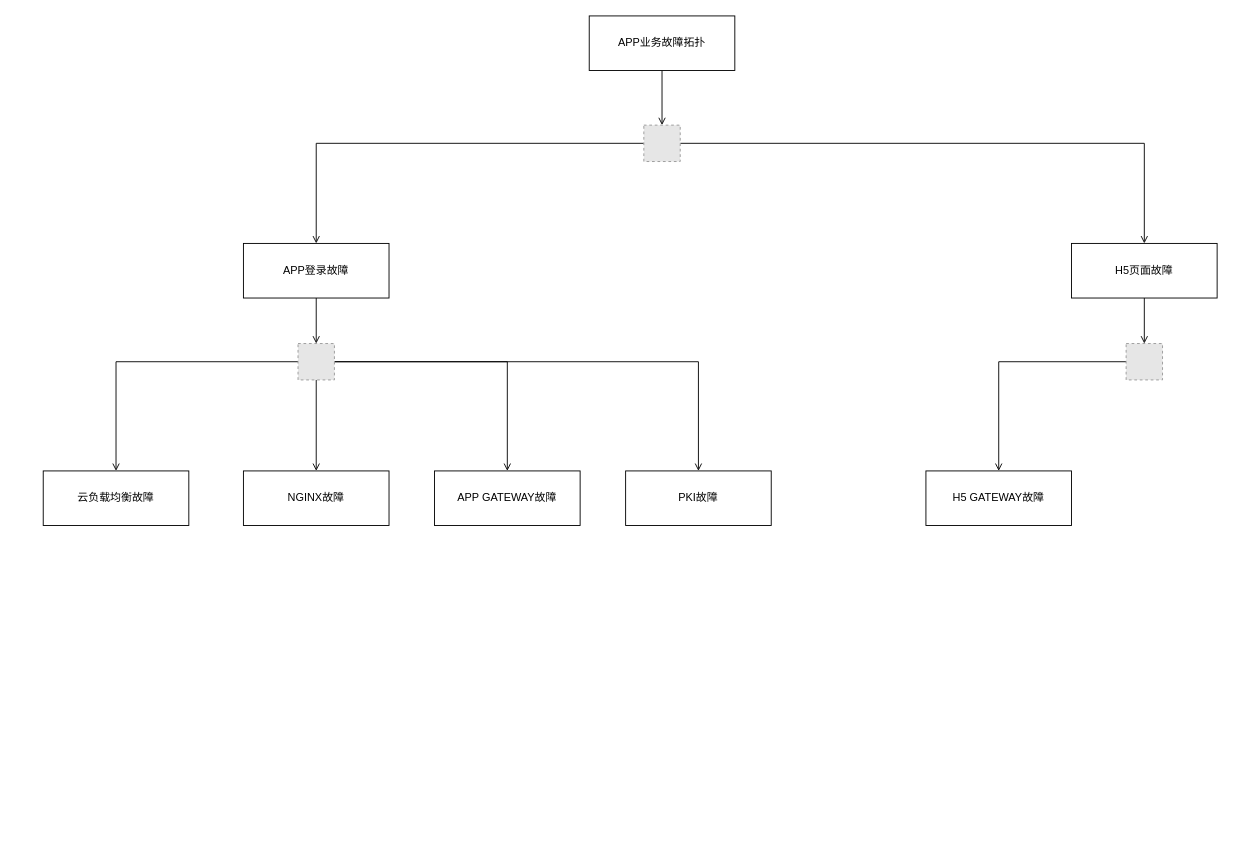
tengxiao/zabbix-report keeps this draw.io diagram as app业务故障影响分析.drawio. Above is the earlier version. Source tidied: cells renumbered, new cells numbered last; positions are measured from the earlier drawing's top-left corner, leaving out a move shared by most shapes. Both pictures are drawn from the tidied source at 91%, with x=0, y=0 at pixel (43, 15). Pictures stored in the file or linked from it are replaced by grey dashed boxes.
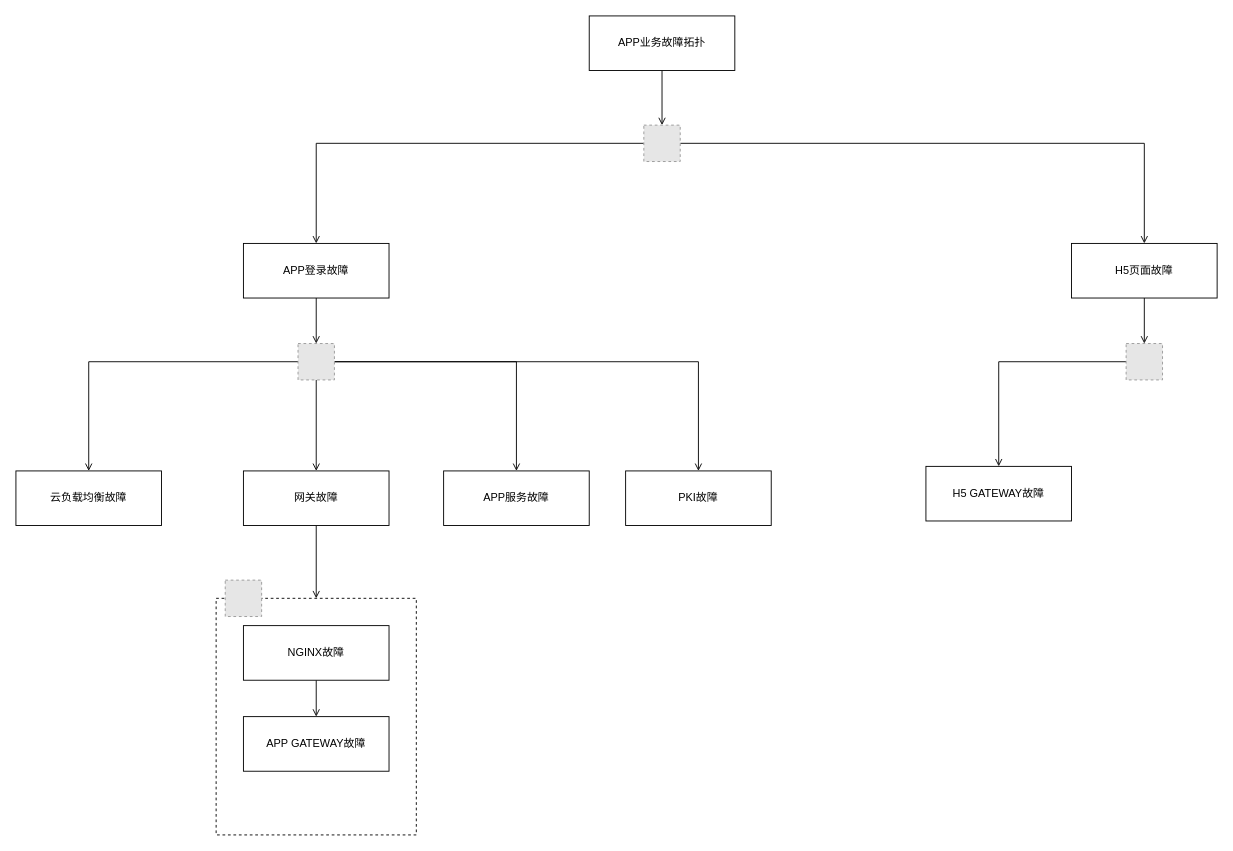
Above is the later version.

Commit message (it also covers changes not shown here):
更新app业务故障影响分析.drawio

The change refers to these unchanged cells:
```xml
<mxCell id="16" style="fillColor=#E6E6E6;strokeColor=#999999;dashed=1;verticalLabelPosition=bottom;verticalAlign=top;" parent="1" vertex="1">
  <mxGeometry x="280" y="360" width="40" height="40" as="geometry" />
</mxCell>
```

What changed in the source:
```diff
@@
+    <mxCell id="23" style="rounded=0;whiteSpace=wrap;html=1;dashed=1;" parent="1" vertex="1">
+      <mxGeometry x="190" y="640" width="220" height="260" as="geometry" />
+    </mxCell>
@@
     <mxCell id="11" value="云负载均衡故障" style="whiteSpace=wrap;html=1;" parent="1" vertex="1">
-      <mxGeometry y="500" width="160" height="60" as="geometry" />
+      <mxGeometry x="-30" y="500" width="160" height="60" as="geometry" />
     </mxCell>
@@
-    <mxCell id="14" style="edgeStyle=orthogonalEdgeStyle;rounded=0;jettySize=auto;html=1;endArrow=open;sourcePerimeterSpacing=0;targetPerimeterSpacing=0;" parent="1" edge="1" source="16" target="17">
-      <mxGeometry relative="1" as="geometry" />
-    </mxCell>
@@
+    <mxCell id="24" style="edgeStyle=orthogonalEdgeStyle;rounded=0;jettySize=auto;html=1;endArrow=open;sourcePerimeterSpacing=0;targetPerimeterSpacing=0;" parent="1" edge="1" source="16" target="29">
+      <mxGeometry relative="1" as="geometry" />
+    </mxCell>
@@
-    <mxCell id="17" value="APP GATEWAY故障" style="whiteSpace=wrap;html=1;" parent="1" vertex="1">
-      <mxGeometry x="430" y="500" width="160" height="60" as="geometry" />
-    </mxCell>
+    <mxCell id="25" style="edgeStyle=orthogonalEdgeStyle;rounded=0;jettySize=auto;html=1;endArrow=open;sourcePerimeterSpacing=0;targetPerimeterSpacing=0;" parent="1" edge="1" source="18" target="23">
+      <mxGeometry relative="1" as="geometry" />
+    </mxCell>
-    <mxCell id="18" value="NGINX故障" style="whiteSpace=wrap;html=1;" parent="1" vertex="1">
+    <mxCell id="18" value="网关故障" style="whiteSpace=wrap;html=1;" parent="1" vertex="1">
       <mxGeometry x="220" y="500" width="160" height="60" as="geometry" />
     </mxCell>
@@
     <mxCell id="20" value="H5 GATEWAY故障" style="whiteSpace=wrap;html=1;" parent="1" vertex="1">
-      <mxGeometry x="970" y="500" width="160" height="60" as="geometry" />
+      <mxGeometry x="970" y="495" width="160" height="60" as="geometry" />
     </mxCell>
@@
+    <mxCell id="17" value="APP GATEWAY故障" style="whiteSpace=wrap;html=1;" parent="1" vertex="1">
+      <mxGeometry x="220" y="770" width="160" height="60" as="geometry" />
+    </mxCell>
+    <mxCell id="26" style="fillColor=#E6E6E6;strokeColor=#999999;dashed=1;verticalLabelPosition=bottom;verticalAlign=top;" parent="1" vertex="1">
+      <mxGeometry x="200" y="620" width="40" height="40" as="geometry" />
+    </mxCell>
+    <mxCell id="27" style="edgeStyle=orthogonalEdgeStyle;rounded=0;jettySize=auto;html=1;endArrow=open;sourcePerimeterSpacing=0;targetPerimeterSpacing=0;" parent="1" edge="1" source="28" target="17">
+      <mxGeometry relative="1" as="geometry" />
+    </mxCell>
+    <mxCell id="28" value="NGINX故障" style="whiteSpace=wrap;html=1;" parent="1" vertex="1">
+      <mxGeometry x="220" y="670" width="160" height="60" as="geometry" />
+    </mxCell>
+    <mxCell id="29" value="APP服务故障" style="whiteSpace=wrap;html=1;" parent="1" vertex="1">
+      <mxGeometry x="440" y="500" width="160" height="60" as="geometry" />
+    </mxCell>
```
